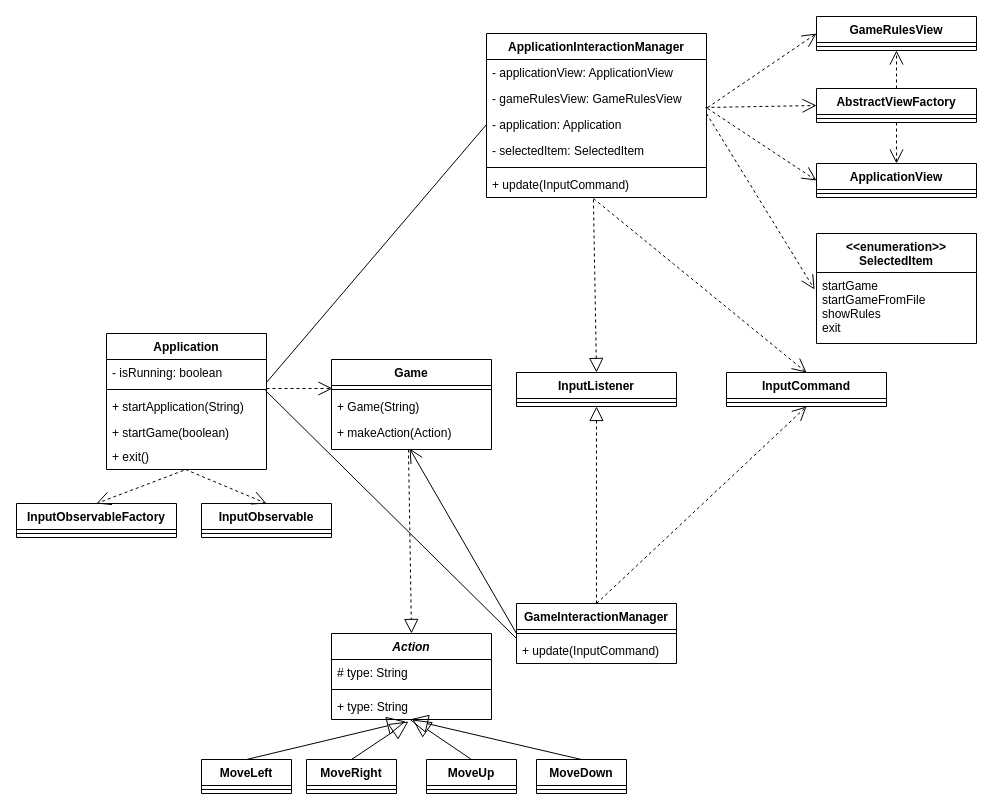
Before: architecture/source/controller_component.drawio in Soykaa/Roguelike, a draw.io diagram. Source tidied: cells renumbered, new cells numbered last; positions are measured from the earlier drawing's top-left corner, leaving out a move shared by most shapes. Both pictures are drawn from the tidied source at 100%, with x=0, y=0 at pixel (16, 16).
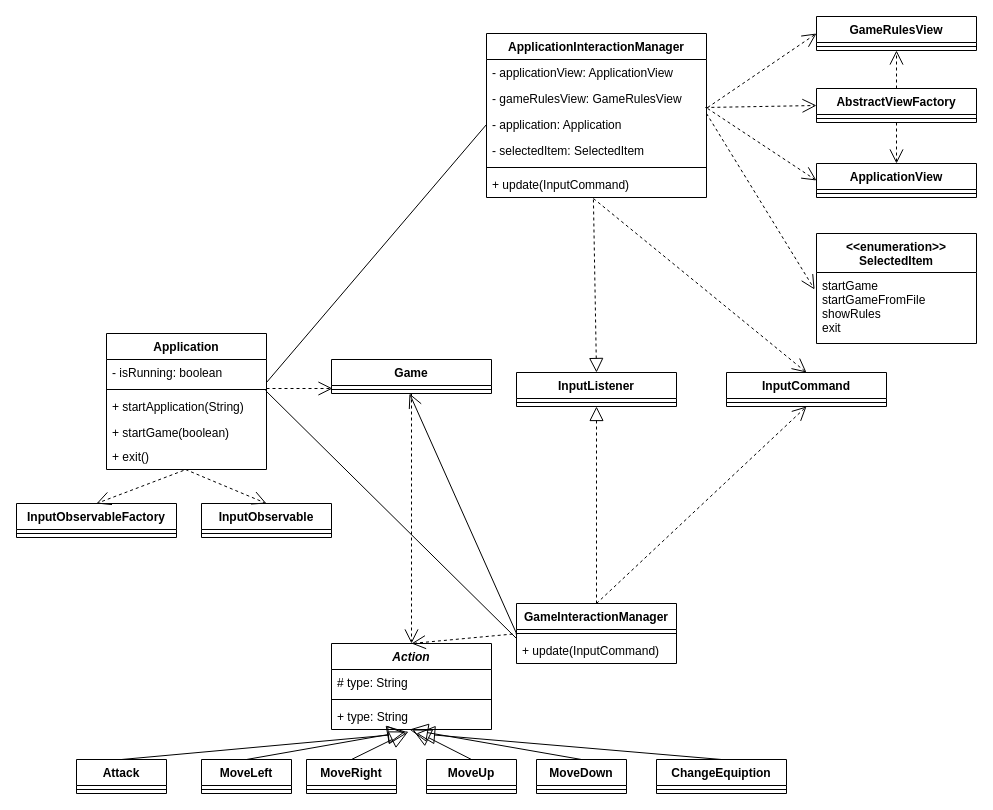
Above is the later version.

Commit message (it also covers changes not shown here):
add input component description

Unchanged cells that the change refers to:
```xml
<mxCell id="31" style="line;strokeWidth=1;fillColor=none;align=left;verticalAlign=middle;spacingTop=-1;spacingLeft=3;spacingRight=3;labelPosition=right;points=[];portConstraint=eastwest;" parent="30" vertex="1">
  <mxGeometry y="26" width="160" height="8" as="geometry" />
</mxCell>
<mxCell id="32" value="+ update(InputCommand)" style="text;strokeColor=none;fillColor=none;align=left;verticalAlign=top;spacingLeft=4;spacingRight=4;overflow=hidden;points=[[0,0.5],[1,0.5]];portConstraint=eastwest;" parent="30" vertex="1">
  <mxGeometry y="34" width="160" height="26" as="geometry" />
</mxCell>
```

What changed in the source:
```diff
@@
     <mxCell id="22" value="Game" style="swimlane;fontStyle=1;align=center;verticalAlign=top;horizontal=1;startSize=26;" parent="1" vertex="1">
-      <mxGeometry x="315" y="343" width="160" height="90" as="geometry" />
+      <mxGeometry x="315" y="343" width="160" height="34" as="geometry" />
     </mxCell>
@@
-    <mxCell id="24" value="+ Game(String)" style="text;strokeColor=none;fillColor=none;align=left;verticalAlign=top;spacingLeft=4;spacingRight=4;overflow=hidden;points=[[0,0.5],[1,0.5]];portConstraint=eastwest;" parent="22" vertex="1">
-      <mxGeometry y="34" width="160" height="26" as="geometry" />
-    </mxCell>
-    <mxCell id="25" value="+ makeAction(Action)" style="text;strokeColor=none;fillColor=none;align=left;verticalAlign=top;spacingLeft=4;spacingRight=4;overflow=hidden;points=[[0,0.5],[1,0.5]];portConstraint=eastwest;" parent="22" vertex="1">
-      <mxGeometry y="60" width="160" height="30" as="geometry" />
-    </mxCell>
-    <mxCell id="26" style="endArrow=open;endSize=12;dashed=1;html=1;entryX=0.006;entryY=-0.192;entryDx=0;entryDy=0;entryPerimeter=0;" parent="1" edge="1" target="24">
+    <mxCell id="26" style="endArrow=open;endSize=12;dashed=1;html=1;entryX=0.006;entryY=-0.192;entryDx=0;entryDy=0;entryPerimeter=0;" parent="1" edge="1">
       <mxGeometry relative="1" as="geometry">
         <mxPoint x="250" y="372" as="sourcePoint" />
+        <mxPoint x="316" y="372" as="targetPoint" />
       </mxGeometry>
     </mxCell>
@@
-    <mxCell id="34" style="endArrow=open;endFill=1;endSize=12;html=1;exitX=0;exitY=0.5;exitDx=0;exitDy=0;exitPerimeter=0;entryX=0.488;entryY=0.967;entryDx=0;entryDy=0;entryPerimeter=0;" parent="1" edge="1" source="31" target="25">
-      <mxGeometry relative="1" as="geometry" />
+    <mxCell id="34" style="endArrow=open;endFill=1;endSize=12;html=1;exitX=0;exitY=0.5;exitDx=0;exitDy=0;exitPerimeter=0;" parent="1" edge="1" source="31">
+      <mxGeometry relative="1" as="geometry">
+        <mxPoint x="393" y="377" as="targetPoint" />
+      </mxGeometry>
     </mxCell>
     <mxCell id="35" value="Action" style="swimlane;fontStyle=3;align=center;verticalAlign=top;horizontal=1;startSize=26;" parent="1" vertex="1">
-      <mxGeometry x="315" y="617" width="160" height="86" as="geometry" />
+      <mxGeometry x="315" y="627" width="160" height="86" as="geometry" />
     </mxCell>
@@
-    <mxCell id="51" style="endArrow=block;dashed=1;endFill=0;endSize=12;html=1;entryX=0.5;entryY=0;entryDx=0;entryDy=0;exitX=0.481;exitY=1;exitDx=0;exitDy=0;exitPerimeter=0;" parent="1" edge="1" source="25" target="35">
-      <mxGeometry relative="1" as="geometry" />
-    </mxCell>
@@
+    <mxCell id="71" style="endArrow=open;endSize=12;dashed=1;html=1;entryX=0.5;entryY=0;entryDx=0;entryDy=0;" parent="1" edge="1" target="35">
+      <mxGeometry relative="1" as="geometry">
+        <mxPoint x="395" y="377" as="sourcePoint" />
+      </mxGeometry>
+    </mxCell>
+    <mxCell id="72" style="endArrow=open;endSize=12;dashed=1;html=1;entryX=0.5;entryY=0;entryDx=0;entryDy=0;exitX=0.013;exitY=-0.154;exitDx=0;exitDy=0;exitPerimeter=0;" parent="1" edge="1" source="32" target="35">
+      <mxGeometry relative="1" as="geometry" />
+    </mxCell>
+    <mxCell id="73" value="ChangeEquiption&#10;" style="swimlane;fontStyle=1;align=center;verticalAlign=top;horizontal=1;startSize=26;" parent="1" vertex="1">
+      <mxGeometry x="640" y="743" width="130" height="34" as="geometry" />
+    </mxCell>
+    <mxCell id="74" style="line;strokeWidth=1;fillColor=none;align=left;verticalAlign=middle;spacingTop=-1;spacingLeft=3;spacingRight=3;labelPosition=right;" parent="73" vertex="1">
+      <mxGeometry y="26" width="130" height="8" as="geometry" />
+    </mxCell>
+    <mxCell id="75" style="endArrow=block;endSize=16;endFill=0;html=1;exitX=0.5;exitY=0;exitDx=0;exitDy=0;" parent="1" edge="1" source="73">
+      <mxGeometry relative="1" as="geometry">
+        <mxPoint x="400" y="717" as="targetPoint" />
+      </mxGeometry>
+    </mxCell>
+    <mxCell id="76" value="Attack" style="swimlane;fontStyle=1;align=center;verticalAlign=top;horizontal=1;startSize=26;" parent="1" vertex="1">
+      <mxGeometry x="60" y="743" width="90" height="34" as="geometry" />
+    </mxCell>
+    <mxCell id="77" style="line;strokeWidth=1;fillColor=none;align=left;verticalAlign=middle;spacingTop=-1;spacingLeft=3;spacingRight=3;labelPosition=right;" parent="76" vertex="1">
+      <mxGeometry y="26" width="90" height="8" as="geometry" />
+    </mxCell>
+    <mxCell id="78" style="endArrow=block;endSize=16;endFill=0;html=1;exitX=0.5;exitY=0;exitDx=0;exitDy=0;" parent="1" edge="1" source="76">
+      <mxGeometry relative="1" as="geometry">
+        <mxPoint x="390" y="717" as="targetPoint" />
+      </mxGeometry>
+    </mxCell>
```
